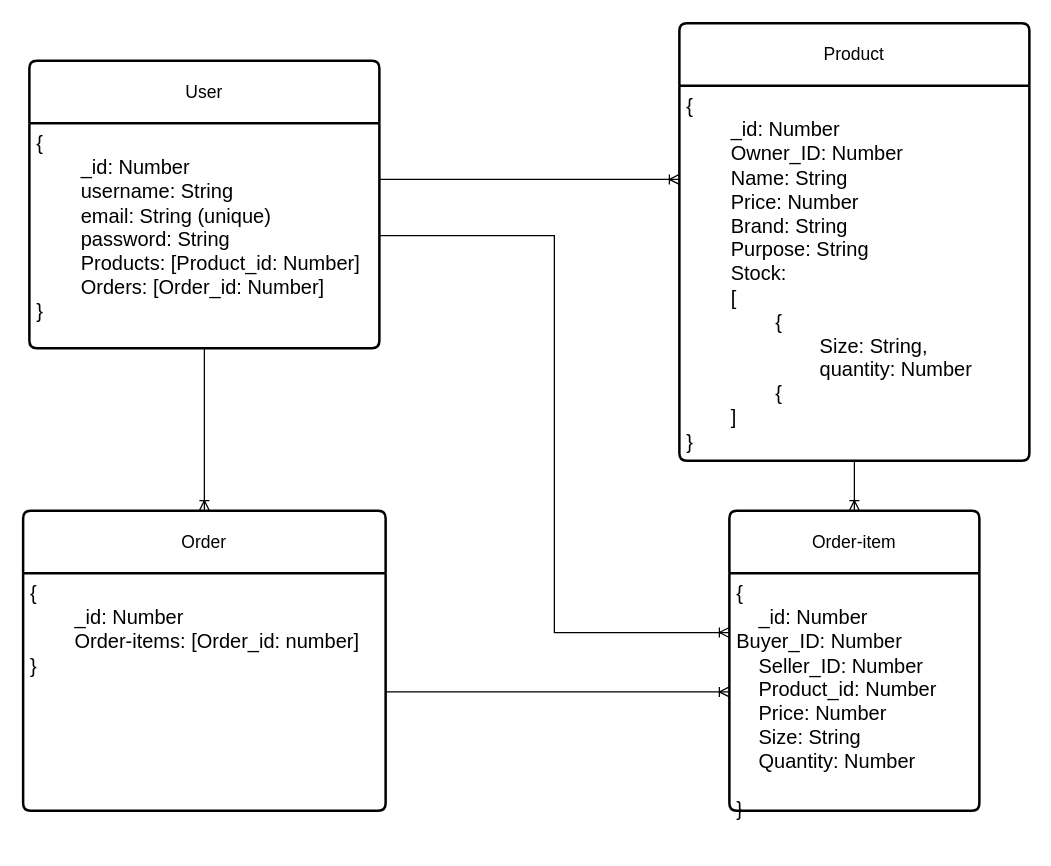
This is zapatolibre.drawio from EmiLoKiJu/ZapatoLibre-Back-End, a draw.io file, before an edit. Source tidied: cells renumbered, new cells numbered last; positions are measured from the earlier drawing's top-left corner, leaving out a move shared by most shapes. Both pictures are drawn from the tidied source at 125%, with x=0, y=0 at pixel (22, 22).
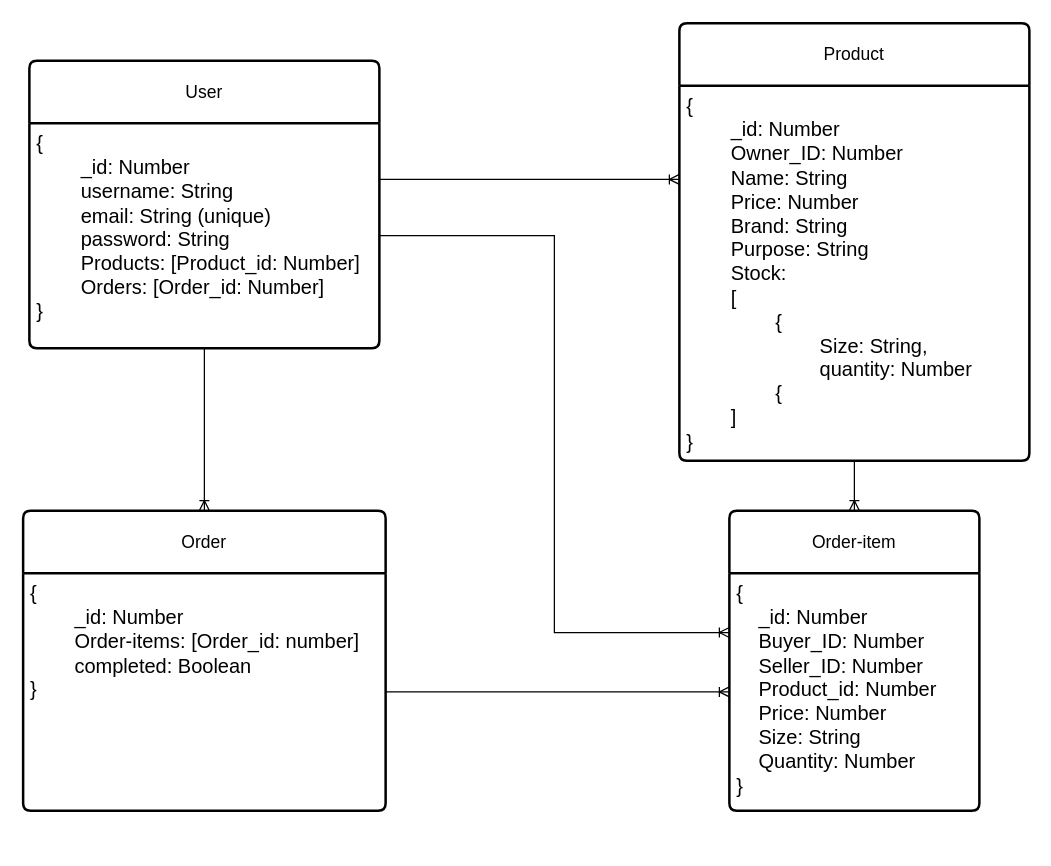
After the change.

Commit message (it also covers changes not shown here):
Add order Controller

Diff of the diagram source:
```diff
@@
 <mxGraphModel>
   <root>
     <mxCell id="0" />
     <mxCell id="1" parent="0" />
     <mxCell id="2" value="User" style="swimlane;horizontal=1;startSize=50;rounded=1;fontSize=14;fontStyle=0;strokeWidth=2;shadow=0;dashed=0;align=center;arcSize=4;whiteSpace=wrap;html=1;" parent="1" vertex="1">
       <mxGeometry x="5" y="30" width="280" height="230" as="geometry" />
     </mxCell>
     <mxCell id="3" value="&lt;div style=&quot;font-size: 16px;&quot;&gt;&lt;span style=&quot;background-color: initial;&quot;&gt;&lt;font style=&quot;font-size: 16px;&quot;&gt;{&lt;/font&gt;&lt;/span&gt;&lt;/div&gt;&lt;div style=&quot;font-size: 16px;&quot;&gt;&lt;span style=&quot;background-color: initial;&quot;&gt;&lt;font style=&quot;font-size: 16px;&quot;&gt;&lt;span style=&quot;white-space: pre;&quot;&gt;&#9;&lt;/span&gt;_id: Number&lt;/font&gt;&lt;/span&gt;&lt;/div&gt;&lt;div style=&quot;font-size: 16px;&quot;&gt;&lt;span style=&quot;background-color: initial;&quot;&gt;&lt;font style=&quot;font-size: 16px;&quot;&gt;&lt;span style=&quot;white-space: pre;&quot;&gt;&#9;&lt;/span&gt;username: String&lt;br&gt;&lt;/font&gt;&lt;/span&gt;&lt;/div&gt;&lt;div style=&quot;font-size: 16px;&quot;&gt;&lt;span style=&quot;background-color: initial;&quot;&gt;&lt;font style=&quot;font-size: 16px;&quot;&gt;&lt;span style=&quot;white-space: pre;&quot;&gt;&#9;&lt;/span&gt;email: String (unique)&lt;br&gt;&lt;/font&gt;&lt;/span&gt;&lt;/div&gt;&lt;div style=&quot;font-size: 16px;&quot;&gt;&lt;/div&gt;&lt;div style=&quot;font-size: 16px;&quot;&gt;&lt;span style=&quot;background-color: initial;&quot;&gt;&lt;font style=&quot;font-size: 16px;&quot;&gt;&lt;span style=&quot;white-space: pre;&quot;&gt;&#9;&lt;/span&gt;password: String&lt;/font&gt;&lt;/span&gt;&lt;/div&gt;&lt;div style=&quot;font-size: 16px;&quot;&gt;&lt;span style=&quot;background-color: initial;&quot;&gt;&lt;font style=&quot;font-size: 16px;&quot;&gt;&lt;span style=&quot;white-space: pre;&quot;&gt;&#9;&lt;/span&gt;Products: [Product_id: Number]&lt;br&gt;&lt;/font&gt;&lt;/span&gt;&lt;/div&gt;&lt;div style=&quot;font-size: 16px;&quot;&gt;&lt;span style=&quot;background-color: initial;&quot;&gt;&lt;font style=&quot;font-size: 16px;&quot;&gt;&lt;span style=&quot;white-space: pre;&quot;&gt;&#9;&lt;/span&gt;Orders: [Order_id: Number]&lt;br&gt;&lt;/font&gt;&lt;/span&gt;&lt;/div&gt;&lt;div style=&quot;font-size: 16px;&quot;&gt;&lt;span style=&quot;background-color: initial;&quot;&gt;&lt;font style=&quot;font-size: 16px;&quot;&gt;}&lt;/font&gt;&lt;/span&gt;&lt;/div&gt;&lt;div style=&quot;font-size: 16px;&quot;&gt;&lt;br&gt;&lt;/div&gt;" style="align=left;strokeColor=none;fillColor=none;spacingLeft=4;fontSize=12;verticalAlign=top;html=1;" parent="2" vertex="1">
       <mxGeometry y="50" width="280" height="180" as="geometry" />
     </mxCell>
     <mxCell id="4" value="Product" style="swimlane;horizontal=1;startSize=50;rounded=1;fontSize=14;fontStyle=0;strokeWidth=2;shadow=0;dashed=0;align=center;arcSize=4;whiteSpace=wrap;html=1;" parent="1" vertex="1">
       <mxGeometry x="525" width="280" height="350" as="geometry" />
     </mxCell>
     <mxCell id="5" value="&lt;font style=&quot;font-size: 16px;&quot;&gt;{&lt;br&gt;&lt;span style=&quot;white-space: pre;&quot;&gt;&#9;&lt;/span&gt;_id: Number&lt;br&gt;&lt;span style=&quot;white-space: pre;&quot;&gt;&#9;&lt;/span&gt;Owner_ID: Number&lt;br&gt;&lt;span style=&quot;white-space: pre;&quot;&gt;&#9;&lt;/span&gt;Name: String&lt;br&gt;&lt;span style=&quot;white-space: pre;&quot;&gt;&#9;&lt;/span&gt;Price: Number&lt;br&gt;&lt;span style=&quot;white-space: pre;&quot;&gt;&#9;&lt;/span&gt;Brand: String&lt;br&gt;&lt;span style=&quot;white-space: pre;&quot;&gt;&#9;&lt;/span&gt;Purpose: String&lt;br&gt;&lt;span style=&quot;white-space: pre;&quot;&gt;&#9;&lt;/span&gt;Stock: &lt;span style=&quot;white-space: pre;&quot;&gt;&#9;&lt;/span&gt;&lt;br&gt;&lt;span style=&quot;white-space: pre;&quot;&gt;&#9;&lt;/span&gt;[&lt;br&gt;&lt;span style=&quot;white-space: pre;&quot;&gt;&#9;&lt;/span&gt;&lt;span style=&quot;white-space: pre;&quot;&gt;&#9;&lt;/span&gt;{&lt;br&gt;&lt;span style=&quot;white-space: pre;&quot;&gt;&#9;&lt;/span&gt;&lt;span style=&quot;white-space: pre;&quot;&gt;&#9;&lt;/span&gt;&lt;span style=&quot;white-space: pre;&quot;&gt;&#9;&lt;/span&gt;Size: String, &lt;br&gt;&lt;span style=&quot;white-space: pre;&quot;&gt;&#9;&lt;/span&gt;&lt;span style=&quot;white-space: pre;&quot;&gt;&#9;&lt;span style=&quot;white-space: pre;&quot;&gt;&#9;&lt;/span&gt;&lt;/span&gt;quantity: Number&lt;br&gt;&lt;span style=&quot;white-space: pre;&quot;&gt;&#9;&lt;/span&gt;&lt;span style=&quot;white-space: pre;&quot;&gt;&#9;&lt;/span&gt;{&lt;br&gt;&lt;span style=&quot;white-space: pre;&quot;&gt;&#9;&lt;/span&gt;]&lt;br&gt;}&lt;br&gt;&lt;span style=&quot;white-space: pre;&quot;&gt;&#9;&lt;/span&gt;&lt;br&gt;&lt;/font&gt;" style="align=left;strokeColor=none;fillColor=none;spacingLeft=4;fontSize=12;verticalAlign=top;html=1;" parent="4" vertex="1">
       <mxGeometry y="50" width="280" height="300" as="geometry" />
     </mxCell>
     <mxCell id="6" style="edgeStyle=orthogonalEdgeStyle;rounded=0;jettySize=auto;html=1;exitX=1;exitY=0.25;exitDx=0;exitDy=0;entryX=0;entryY=0.25;entryDx=0;entryDy=0;endArrow=ERoneToMany;endFill=0;" parent="1" edge="1" source="3" target="5">
       <mxGeometry relative="1" as="geometry" />
     </mxCell>
     <mxCell id="7" value="Order-item" style="swimlane;horizontal=1;startSize=50;rounded=1;fontSize=14;fontStyle=0;strokeWidth=2;shadow=0;dashed=0;align=center;arcSize=4;whiteSpace=wrap;html=1;" parent="1" vertex="1">
       <mxGeometry x="565" y="390" width="200" height="240" as="geometry" />
     </mxCell>
-    <mxCell id="8" value="&lt;font style=&quot;font-size: 16px;&quot;&gt;{&lt;br&gt;&lt;span style=&quot;&quot;&gt;&lt;span style=&quot;&quot;&gt;&amp;nbsp;&amp;nbsp;&amp;nbsp;&amp;nbsp;&lt;/span&gt;&lt;/span&gt;_id: Number&lt;br&gt;Buyer_ID: Number&lt;br style=&quot;border-color: var(--border-color);&quot;&gt;&amp;nbsp;&amp;nbsp;&amp;nbsp;&amp;nbsp;Seller_ID: Number&lt;br&gt;&lt;span style=&quot;&quot;&gt;&lt;span style=&quot;&quot;&gt;&amp;nbsp;&amp;nbsp;&amp;nbsp;&amp;nbsp;&lt;/span&gt;&lt;/span&gt;Product_id: Number&lt;br&gt;&lt;span style=&quot;&quot;&gt;&lt;span style=&quot;&quot;&gt;&amp;nbsp;&amp;nbsp;&amp;nbsp;&amp;nbsp;&lt;/span&gt;&lt;/span&gt;Price: Number&lt;br&gt;&lt;span style=&quot;&quot;&gt;&lt;span style=&quot;&quot;&gt;&amp;nbsp;&amp;nbsp;&amp;nbsp;&amp;nbsp;&lt;/span&gt;&lt;/span&gt;Size: String&lt;br&gt;&lt;span style=&quot;&quot;&gt;&lt;span style=&quot;&quot;&gt;&amp;nbsp;&amp;nbsp;&amp;nbsp;&amp;nbsp;&lt;/span&gt;&lt;/span&gt;Quantity: Number&lt;br&gt;&lt;span style=&quot;&quot;&gt;&lt;span style=&quot;&quot;&gt;&amp;nbsp;&amp;nbsp;&amp;nbsp;&amp;nbsp;&lt;/span&gt;&lt;/span&gt;&lt;br&gt;}&lt;br&gt;&lt;span style=&quot;&quot;&gt;&lt;span style=&quot;&quot;&gt;&amp;nbsp;&amp;nbsp;&amp;nbsp;&amp;nbsp;&lt;/span&gt;&lt;/span&gt;&lt;br&gt;&lt;/font&gt;" style="align=left;strokeColor=none;fillColor=none;spacingLeft=4;fontSize=12;verticalAlign=top;html=1;" parent="7" vertex="1">
+    <mxCell id="8" value="&lt;font style=&quot;font-size: 16px;&quot;&gt;{&lt;br&gt;&lt;span style=&quot;&quot;&gt;&lt;span style=&quot;&quot;&gt;&amp;nbsp;&amp;nbsp;&amp;nbsp;&amp;nbsp;&lt;/span&gt;&lt;/span&gt;_id: Number&lt;br&gt;&amp;nbsp; &amp;nbsp; Buyer_ID: Number&lt;br style=&quot;border-color: var(--border-color);&quot;&gt;&amp;nbsp;&amp;nbsp;&amp;nbsp;&amp;nbsp;Seller_ID: Number&lt;br&gt;&lt;span style=&quot;&quot;&gt;&lt;span style=&quot;&quot;&gt;&amp;nbsp;&amp;nbsp;&amp;nbsp;&amp;nbsp;&lt;/span&gt;&lt;/span&gt;Product_id: Number&lt;br&gt;&lt;span style=&quot;&quot;&gt;&lt;span style=&quot;&quot;&gt;&amp;nbsp;&amp;nbsp;&amp;nbsp;&amp;nbsp;&lt;/span&gt;&lt;/span&gt;Price: Number&lt;br&gt;&lt;span style=&quot;&quot;&gt;&lt;span style=&quot;&quot;&gt;&amp;nbsp;&amp;nbsp;&amp;nbsp;&amp;nbsp;&lt;/span&gt;&lt;/span&gt;Size: String&lt;br&gt;&lt;span style=&quot;&quot;&gt;&lt;span style=&quot;&quot;&gt;&amp;nbsp;&amp;nbsp;&amp;nbsp;&amp;nbsp;&lt;/span&gt;&lt;/span&gt;Quantity: Number&lt;br&gt;}&lt;br&gt;&lt;span style=&quot;&quot;&gt;&lt;span style=&quot;&quot;&gt;&amp;nbsp;&amp;nbsp;&amp;nbsp;&amp;nbsp;&lt;/span&gt;&lt;/span&gt;&lt;br&gt;&lt;/font&gt;" style="align=left;strokeColor=none;fillColor=none;spacingLeft=4;fontSize=12;verticalAlign=top;html=1;" parent="7" vertex="1">
       <mxGeometry y="50" width="200" height="190" as="geometry" />
     </mxCell>
     <mxCell id="9" style="edgeStyle=orthogonalEdgeStyle;rounded=0;jettySize=auto;html=1;exitX=1;exitY=0.5;exitDx=0;exitDy=0;entryX=0;entryY=0.25;entryDx=0;entryDy=0;endArrow=ERoneToMany;endFill=0;" parent="1" edge="1" source="3" target="8">
       <mxGeometry relative="1" as="geometry" />
     </mxCell>
     <mxCell id="10" style="edgeStyle=orthogonalEdgeStyle;rounded=0;jettySize=auto;html=1;exitX=0.5;exitY=1;exitDx=0;exitDy=0;entryX=0.5;entryY=0;entryDx=0;entryDy=0;endArrow=ERoneToMany;endFill=0;startArrow=none;startFill=0;" parent="1" edge="1" source="5" target="7">
       <mxGeometry relative="1" as="geometry" />
     </mxCell>
     <mxCell id="11" value="Order" style="swimlane;horizontal=1;startSize=50;rounded=1;fontSize=14;fontStyle=0;strokeWidth=2;shadow=0;dashed=0;align=center;arcSize=4;whiteSpace=wrap;html=1;" parent="1" vertex="1">
       <mxGeometry y="390" width="290" height="240" as="geometry" />
     </mxCell>
-    <mxCell id="12" value="&lt;font style=&quot;font-size: 16px;&quot;&gt;{&lt;br&gt;&lt;span style=&quot;white-space: pre;&quot;&gt;&#9;&lt;/span&gt;_id: Number&lt;br&gt;&lt;span style=&quot;white-space: pre;&quot;&gt;&#9;&lt;/span&gt;Order-items: [Order_id: number]&lt;br&gt;}&lt;br&gt;&lt;span style=&quot;white-space: pre;&quot;&gt;&#9;&lt;/span&gt;&lt;br&gt;&lt;/font&gt;" style="align=left;strokeColor=none;fillColor=none;spacingLeft=4;fontSize=12;verticalAlign=top;html=1;" parent="11" vertex="1">
+    <mxCell id="12" value="&lt;font style=&quot;font-size: 16px;&quot;&gt;{&lt;br&gt;&lt;span style=&quot;white-space: pre;&quot;&gt;&#9;&lt;/span&gt;_id: Number&lt;br&gt;&lt;span style=&quot;white-space: pre;&quot;&gt;&#9;&lt;/span&gt;Order-items: [Order_id: number]&lt;br&gt;&lt;span style=&quot;white-space: pre;&quot;&gt;&#9;&lt;/span&gt;completed: Boolean&lt;br&gt;}&lt;br&gt;&lt;span style=&quot;white-space: pre;&quot;&gt;&#9;&lt;/span&gt;&lt;br&gt;&lt;/font&gt;" style="align=left;strokeColor=none;fillColor=none;spacingLeft=4;fontSize=12;verticalAlign=top;html=1;" parent="11" vertex="1">
       <mxGeometry y="50" width="290" height="190" as="geometry" />
     </mxCell>
     <mxCell id="13" style="edgeStyle=orthogonalEdgeStyle;rounded=0;jettySize=auto;html=1;exitX=1;exitY=0.5;exitDx=0;exitDy=0;entryX=0;entryY=0.5;entryDx=0;entryDy=0;endArrow=ERoneToMany;endFill=0;" parent="1" edge="1" source="12" target="8">
       <mxGeometry relative="1" as="geometry" />
     </mxCell>
     <mxCell id="14" style="edgeStyle=orthogonalEdgeStyle;rounded=0;jettySize=auto;html=1;exitX=0.5;exitY=1;exitDx=0;exitDy=0;entryX=0.5;entryY=0;entryDx=0;entryDy=0;endArrow=ERoneToMany;endFill=0;" parent="1" edge="1" source="3" target="11">
       <mxGeometry relative="1" as="geometry" />
     </mxCell>
   </root>
 </mxGraphModel>
```
